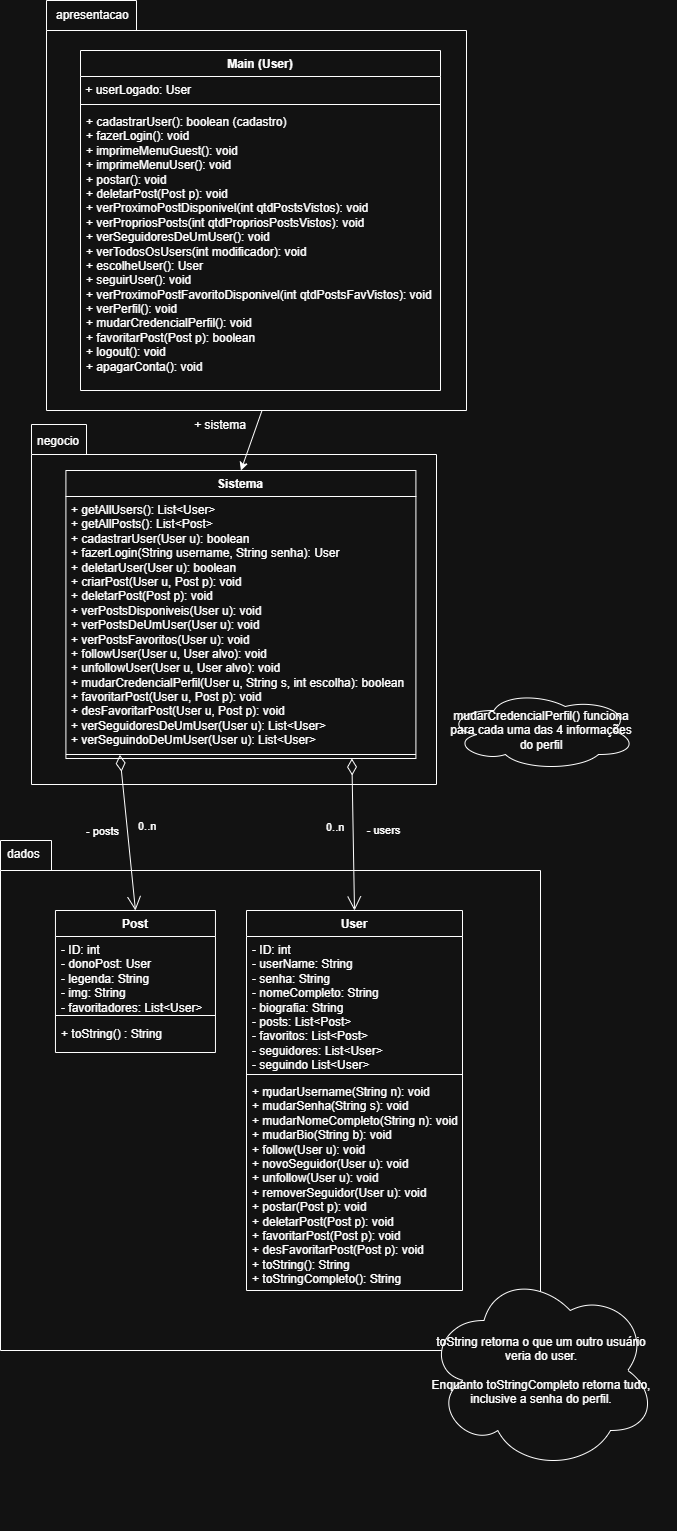
Earlier version of the draw.io export POO - Programação Orientada a Objetos/TrabalhoRedeSocialFotos/diagramaDoProjeto.png (LucianoKohler/BachareladoEmCienciaDaComputacao). Source tidied: cells renumbered, new cells last; positions are measured from the earlier drawing's top-left corner, leaving out a move shared by most shapes.
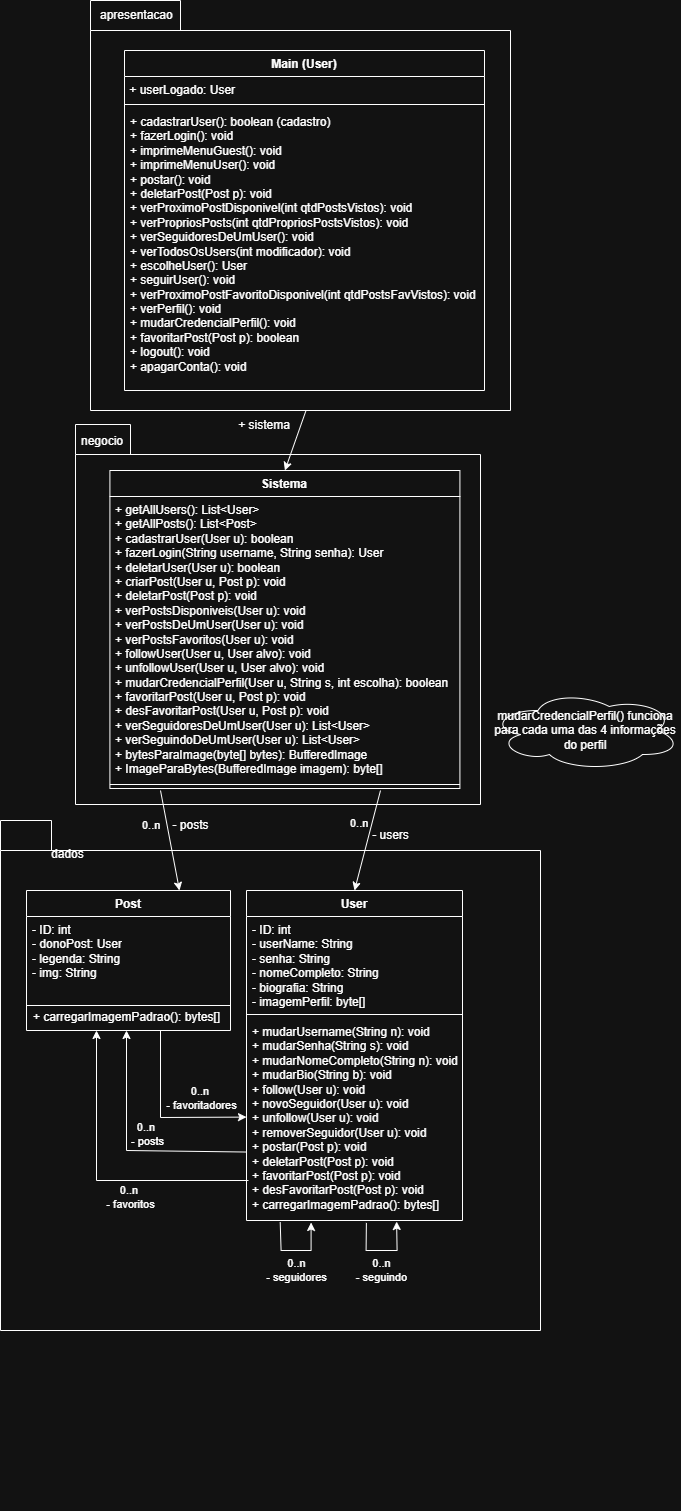
Later version of the same file.

Commit message:
atualizado o diagrama do projeto, removido importações e lógicas desnecessárias

What changed in the source:
```diff
@@ -3,74 +3,129 @@
     <mxCell id="0" />
     <mxCell id="1" parent="0" />
     <mxCell id="2" style="group;rounded=0;fillColor=none;" parent="1" vertex="1">
-      <mxGeometry x="90" y="840" width="586" height="690" as="geometry" />
+      <mxGeometry x="46" y="820" width="586" height="690" as="geometry" />
     </mxCell>
-    <mxCell id="3" value="'" style="shape=folder;fontStyle=1;spacingTop=10;tabWidth=46;tabHeight=30;tabPosition=left;html=1;whiteSpace=wrap;" parent="2" vertex="1">
+    <mxCell id="3" style="shape=folder;fontStyle=1;spacingTop=10;tabWidth=46;tabHeight=30;tabPosition=left;html=1;whiteSpace=wrap;" parent="2" vertex="1">
       <mxGeometry x="-90" width="540" height="510" as="geometry" />
     </mxCell>
     <mxCell id="4" value="Post" style="swimlane;fontStyle=1;align=center;verticalAlign=top;horizontal=1;startSize=26;whiteSpace=wrap;html=1;" parent="2" vertex="1">
-      <mxGeometry x="-35" y="70" width="160" height="142" as="geometry" />
+      <mxGeometry x="-64" y="70" width="204" height="140" as="geometry" />
     </mxCell>
-    <mxCell id="5" value="&lt;div&gt;- ID: int&lt;/div&gt;- donoPost: User&lt;div&gt;- legenda: String&lt;/div&gt;&lt;div&gt;- img: String&lt;/div&gt;&lt;div&gt;- favoritadores: List&amp;lt;User&amp;gt;&lt;/div&gt;" style="text;strokeColor=none;fillColor=none;align=left;verticalAlign=top;spacingLeft=4;spacingRight=4;overflow=hidden;whiteSpace=wrap;html=1;" parent="4" vertex="1">
-      <mxGeometry y="26" width="160" height="74" as="geometry" />
+    <mxCell id="5" value="&lt;div&gt;- ID: int&lt;/div&gt;- donoPost: User&lt;div&gt;- legenda: String&lt;/div&gt;&lt;div&gt;- img: String&lt;/div&gt;&lt;div&gt;&lt;br&gt;&lt;/div&gt;" style="text;strokeColor=none;fillColor=none;align=left;verticalAlign=top;spacingLeft=4;spacingRight=4;overflow=hidden;whiteSpace=wrap;html=1;" parent="4" vertex="1">
+      <mxGeometry y="26" width="204" height="64" as="geometry" />
     </mxCell>
     <mxCell id="6" style="line;strokeWidth=1;fillColor=none;align=left;verticalAlign=middle;spacingTop=-1;spacingLeft=3;spacingRight=3;labelPosition=right;strokeColor=inherit;" parent="4" vertex="1">
-      <mxGeometry y="100" width="160" height="10" as="geometry" />
+      <mxGeometry y="90" width="204" height="50" as="geometry" />
     </mxCell>
-    <mxCell id="7" value="&lt;div&gt;+ toString() : String&lt;/div&gt;" style="text;strokeColor=none;fillColor=none;align=left;verticalAlign=top;spacingLeft=4;spacingRight=4;overflow=hidden;whiteSpace=wrap;html=1;" parent="4" vertex="1">
-      <mxGeometry y="110" width="160" height="32" as="geometry" />
-    </mxCell>
+    <mxCell id="35" style="endArrow=classic;html=1;rounded=0;entryX=0;entryY=0.201;entryDx=0;entryDy=0;entryPerimeter=0;" parent="4" edge="1">
+      <mxGeometry relative="1" as="geometry">
+        <mxPoint x="134" y="140" as="sourcePoint" />
+        <mxPoint x="220" y="226.6" as="targetPoint" />
+        <Array as="points">
+          <mxPoint x="134" y="227" />
+        </Array>
+      </mxGeometry>
+    </mxCell>
     <mxCell id="8" value="User" style="swimlane;fontStyle=1;align=center;verticalAlign=top;horizontal=1;startSize=26;whiteSpace=wrap;html=1;" parent="2" vertex="1">
-      <mxGeometry x="156" y="70" width="216" height="380" as="geometry" />
+      <mxGeometry x="156" y="70" width="216" height="330" as="geometry" />
     </mxCell>
-    <mxCell id="9" value="&lt;div&gt;- ID: int&lt;/div&gt;- userName: String&lt;div&gt;- senha: String&lt;/div&gt;&lt;div&gt;- nomeCompleto: String&lt;/div&gt;&lt;div&gt;- biografia: String&lt;/div&gt;&lt;div&gt;- posts: List&amp;lt;Post&amp;gt;&lt;/div&gt;&lt;div&gt;- favoritos: List&amp;lt;Post&amp;gt;&lt;/div&gt;&lt;div&gt;- seguidores: List&amp;lt;User&amp;gt;&lt;/div&gt;&lt;div&gt;- seguindo List&amp;lt;User&amp;gt;&lt;/div&gt;" style="text;strokeColor=none;fillColor=none;align=left;verticalAlign=top;spacingLeft=4;spacingRight=4;overflow=hidden;whiteSpace=wrap;html=1;" parent="8" vertex="1">
-      <mxGeometry y="26" width="216" height="134" as="geometry" />
+    <mxCell id="9" value="&lt;div&gt;- ID: int&lt;/div&gt;- userName: String&lt;div&gt;- senha: String&lt;/div&gt;&lt;div&gt;- nomeCompleto: String&lt;/div&gt;&lt;div&gt;- biografia: String&lt;/div&gt;&lt;div&gt;- imagemPerfil:&amp;nbsp;&lt;span style=&quot;background-color: transparent; color: light-dark(rgb(0, 0, 0), rgb(255, 255, 255));&quot;&gt;byte[]&lt;/span&gt;&lt;/div&gt;" style="text;strokeColor=none;fillColor=none;align=left;verticalAlign=top;spacingLeft=4;spacingRight=4;overflow=hidden;whiteSpace=wrap;html=1;" parent="8" vertex="1">
+      <mxGeometry y="26" width="216" height="94" as="geometry" />
     </mxCell>
     <mxCell id="10" style="line;strokeWidth=1;fillColor=none;align=left;verticalAlign=middle;spacingTop=-1;spacingLeft=3;spacingRight=3;labelPosition=right;strokeColor=inherit;" parent="8" vertex="1">
-      <mxGeometry y="160" width="216" height="8" as="geometry" />
+      <mxGeometry y="120" width="216" height="8" as="geometry" />
     </mxCell>
-    <mxCell id="11" value="+ mudarUsername(String n): void&lt;br&gt;&lt;div&gt;&lt;div&gt;&lt;span style=&quot;background-color: transparent; color: light-dark(rgb(0, 0, 0), rgb(255, 255, 255));&quot;&gt;+ mudarSenha(String s): void&lt;/span&gt;&lt;/div&gt;&lt;div&gt;&lt;span style=&quot;background-color: transparent; color: light-dark(rgb(0, 0, 0), rgb(255, 255, 255));&quot;&gt;+ mudarNomeCompleto(String n): void&lt;/span&gt;&lt;/div&gt;&lt;div&gt;&lt;span style=&quot;background-color: transparent; color: light-dark(rgb(0, 0, 0), rgb(255, 255, 255));&quot;&gt;+ mudarBio(String b): void&lt;/span&gt;&lt;/div&gt;&lt;div&gt;&lt;/div&gt;&lt;div&gt;+ follow(User u): void&lt;/div&gt;&lt;div&gt;+ novoSeguidor(User u): void&lt;/div&gt;&lt;div&gt;+ unfollow(User u): void&lt;/div&gt;&lt;div&gt;+ removerSeguidor(User u): void&lt;/div&gt;&lt;div&gt;+ postar(Post p): void&lt;/div&gt;&lt;div&gt;+ deletarPost(Post p): void&lt;/div&gt;&lt;div&gt;&lt;span style=&quot;background-color: transparent; color: light-dark(rgb(0, 0, 0), rgb(255, 255, 255));&quot;&gt;+ favoritarPost(Post p): void&lt;/span&gt;&lt;/div&gt;&lt;div&gt;&lt;span style=&quot;background-color: transparent; color: light-dark(rgb(0, 0, 0), rgb(255, 255, 255));&quot;&gt;+ desFavoritarPost(Post p): void&lt;/span&gt;&lt;/div&gt;&lt;/div&gt;&lt;div&gt;&lt;span style=&quot;background-color: transparent; color: light-dark(rgb(0, 0, 0), rgb(255, 255, 255));&quot;&gt;+ toString(): String&lt;/span&gt;&lt;/div&gt;&lt;div&gt;&lt;span style=&quot;background-color: transparent; color: light-dark(rgb(0, 0, 0), rgb(255, 255, 255));&quot;&gt;+ toStringCompleto(): String&lt;/span&gt;&lt;/div&gt;" style="text;strokeColor=none;fillColor=none;align=left;verticalAlign=top;spacingLeft=4;spacingRight=4;overflow=hidden;points=[[0,0.5],[1,0.5]];portConstraint=eastwest;whiteSpace=wrap;html=1;" parent="8" vertex="1">
-      <mxGeometry y="168" width="216" height="212" as="geometry" />
+    <mxCell id="11" value="+ mudarUsername(String n): void&lt;br&gt;&lt;div&gt;&lt;div&gt;&lt;span style=&quot;background-color: transparent; color: light-dark(rgb(0, 0, 0), rgb(255, 255, 255));&quot;&gt;+ mudarSenha(String s): void&lt;/span&gt;&lt;/div&gt;&lt;div&gt;&lt;span style=&quot;background-color: transparent; color: light-dark(rgb(0, 0, 0), rgb(255, 255, 255));&quot;&gt;+ mudarNomeCompleto(String n): void&lt;/span&gt;&lt;/div&gt;&lt;div&gt;&lt;span style=&quot;background-color: transparent; color: light-dark(rgb(0, 0, 0), rgb(255, 255, 255));&quot;&gt;+ mudarBio(String b): void&lt;/span&gt;&lt;/div&gt;&lt;div&gt;&lt;/div&gt;&lt;div&gt;+ follow(User u): void&lt;/div&gt;&lt;div&gt;+ novoSeguidor(User u): void&lt;/div&gt;&lt;div&gt;+ unfollow(User u): void&lt;/div&gt;&lt;div&gt;+ removerSeguidor(User u): void&lt;/div&gt;&lt;div&gt;+ postar(Post p): void&lt;/div&gt;&lt;div&gt;+ deletarPost(Post p): void&lt;/div&gt;&lt;div&gt;&lt;span style=&quot;background-color: transparent; color: light-dark(rgb(0, 0, 0), rgb(255, 255, 255));&quot;&gt;+ favoritarPost(Post p): void&lt;/span&gt;&lt;/div&gt;&lt;div&gt;&lt;span style=&quot;background-color: transparent; color: light-dark(rgb(0, 0, 0), rgb(255, 255, 255));&quot;&gt;+ desFavoritarPost(Post p): void&lt;/span&gt;&lt;/div&gt;&lt;/div&gt;&lt;div&gt;&lt;span style=&quot;background-color: transparent; color: light-dark(rgb(0, 0, 0), rgb(255, 255, 255));&quot;&gt;+ carregarImagemPadrao(): bytes[]&lt;/span&gt;&lt;/div&gt;&lt;div&gt;&lt;br&gt;&lt;/div&gt;" style="text;strokeColor=none;fillColor=none;align=left;verticalAlign=top;spacingLeft=4;spacingRight=4;overflow=hidden;points=[[0,0.5],[1,0.5]];portConstraint=eastwest;whiteSpace=wrap;html=1;" parent="8" vertex="1">
+      <mxGeometry y="128" width="216" height="202" as="geometry" />
     </mxCell>
-    <mxCell id="12" value="toString retorna o que um outro usuário veria do user.&lt;div&gt;&lt;br&gt;&lt;/div&gt;&lt;div&gt;Enquanto toStringCompleto retorna tudo, inclusive a senha do perfil.&lt;/div&gt;" style="ellipse;shape=cloud;whiteSpace=wrap;html=1;" parent="2" vertex="1">
-      <mxGeometry x="336" y="430" width="230" height="200" as="geometry" />
-    </mxCell>
+    <mxCell id="36" style="endArrow=classic;html=1;rounded=0;exitX=0.156;exitY=1.009;exitDx=0;exitDy=0;exitPerimeter=0;" parent="8" edge="1" source="11">
+      <mxGeometry relative="1" as="geometry">
+        <mxPoint x="64.6" y="332" as="targetPoint" />
+        <Array as="points">
+          <mxPoint x="34.6" y="360" />
+          <mxPoint x="64.6" y="360" />
+        </Array>
+      </mxGeometry>
+    </mxCell>
+    <mxCell id="37" style="endArrow=classic;html=1;rounded=0;exitX=0.555;exitY=1.012;exitDx=0;exitDy=0;exitPerimeter=0;entryX=0.695;entryY=1.005;entryDx=0;entryDy=0;entryPerimeter=0;" parent="8" edge="1" source="11" target="11">
+      <mxGeometry relative="1" as="geometry">
+        <Array as="points">
+          <mxPoint x="119.6" y="360" />
+          <mxPoint x="150.6" y="360" />
+        </Array>
+      </mxGeometry>
+    </mxCell>
+    <mxCell id="38" style="endArrow=classic;html=1;rounded=0;exitX=-0.004;exitY=0.661;exitDx=0;exitDy=0;exitPerimeter=0;" parent="2" edge="1" source="11">
+      <mxGeometry relative="1" as="geometry">
+        <mxPoint x="36" y="210" as="targetPoint" />
+        <Array as="points">
+          <mxPoint x="36" y="330" />
+        </Array>
+      </mxGeometry>
+    </mxCell>
+    <mxCell id="39" style="endArrow=classic;html=1;rounded=0;" parent="2" edge="1">
+      <mxGeometry relative="1" as="geometry">
+        <mxPoint x="158" y="360" as="sourcePoint" />
+        <mxPoint x="6" y="210" as="targetPoint" />
+        <Array as="points">
+          <mxPoint x="6" y="360" />
+        </Array>
+      </mxGeometry>
+    </mxCell>
+    <mxCell id="40" value="0..n&amp;nbsp;&lt;div&gt;- favoritadores&lt;/div&gt;" style="text;html=1;align=center;verticalAlign=middle;strokeColor=none;fillColor=none;fontSize=11;" parent="2" vertex="1">
+      <mxGeometry x="66" y="258" width="90" height="40" as="geometry" />
+    </mxCell>
+    <mxCell id="41" value="0..n&amp;nbsp;&lt;div&gt;- posts&lt;/div&gt;" style="text;html=1;align=center;verticalAlign=middle;strokeColor=none;fillColor=none;fontSize=11;" parent="2" vertex="1">
+      <mxGeometry x="26.6" y="294" width="60" height="40" as="geometry" />
+    </mxCell>
+    <mxCell id="42" value="0..n&amp;nbsp;&lt;div&gt;- favoritos&lt;/div&gt;" style="text;html=1;align=center;verticalAlign=middle;strokeColor=none;fillColor=none;fontSize=11;" parent="2" vertex="1">
+      <mxGeometry x="5" y="357" width="70" height="40" as="geometry" />
+    </mxCell>
+    <mxCell id="43" value="0..n&lt;div&gt;- seguidores&lt;/div&gt;" style="text;html=1;align=center;verticalAlign=middle;strokeColor=none;fillColor=none;fontSize=11;" parent="2" vertex="1">
+      <mxGeometry x="166" y="430" width="80" height="40" as="geometry" />
+    </mxCell>
+    <mxCell id="44" value="0..n&lt;div&gt;- seguindo&lt;/div&gt;" style="text;html=1;align=center;verticalAlign=middle;strokeColor=none;fillColor=none;fontSize=11;" parent="2" vertex="1">
+      <mxGeometry x="256" y="430" width="70" height="40" as="geometry" />
+    </mxCell>
+    <mxCell id="45" value="&lt;div style=&quot;forced-color-adjust: none; box-shadow: none !important;&quot;&gt;&lt;span style=&quot;forced-color-adjust: none; box-shadow: none !important; background-color: transparent; color: light-dark(rgb(0, 0, 0), rgb(255, 255, 255));&quot;&gt;+ carregarImagemPadrao(): bytes[]&lt;/span&gt;&lt;/div&gt;&lt;div style=&quot;forced-color-adjust: none; box-shadow: none !important;&quot;&gt;&lt;br style=&quot;forced-color-adjust: none; box-shadow: none !important; color: rgb(255, 255, 255); font-family: Helvetica; font-size: 12px; font-style: normal; font-variant-ligatures: normal; font-variant-caps: normal; font-weight: 400; letter-spacing: normal; orphans: 2; text-align: left; text-indent: 0px; text-transform: none; widows: 2; word-spacing: 0px; -webkit-text-stroke-width: 0px; white-space: normal; background-color: rgb(27, 29, 30); text-decoration-thickness: initial; text-decoration-style: initial; text-decoration-color: initial;&quot;&gt;&#10;&#10;&lt;/div&gt;" style="text;whiteSpace=wrap;html=1;" parent="2" vertex="1">
+      <mxGeometry x="-59" y="183" width="220" height="7" as="geometry" />
+    </mxCell>
     <mxCell id="13" style="group;" parent="1" vertex="1">
-      <mxGeometry x="76" y="604" width="360" height="230" as="geometry" />
+      <mxGeometry x="76" y="604" width="360" height="256" as="geometry" />
     </mxCell>
     <mxCell id="14" style="shape=folder;fontStyle=1;spacingTop=10;tabWidth=55;tabHeight=30;tabPosition=left;html=1;whiteSpace=wrap;" parent="13" vertex="1">
-      <mxGeometry x="-45" y="-180" width="405" height="360" as="geometry" />
+      <mxGeometry x="-45" y="-180" width="405" height="380" as="geometry" />
     </mxCell>
     <mxCell id="15" value="0..n" style="edgeLabel;html=1;align=left;verticalAlign=top;" parent="13" vertex="1">
       <mxGeometry x="30" y="176" as="geometry">
-        <mxPoint x="30" y="33" as="offset" />
+        <mxPoint x="-10" y="32" as="offset" />
       </mxGeometry>
     </mxCell>
     <mxCell id="16" value="negocio" style="text;whiteSpace=wrap;html=1;" parent="13" vertex="1">
       <mxGeometry x="-41" y="-177" width="50" height="40" as="geometry" />
     </mxCell>
     <mxCell id="17" value="0..n" style="edgeLabel;html=1;align=left;verticalAlign=top;" parent="13" vertex="1">
-      <mxGeometry x="280" y="180" as="geometry">
-        <mxPoint x="-32" y="30" as="offset" />
+      <mxGeometry x="270" y="166" as="geometry">
+        <mxPoint x="-42" y="40" as="offset" />
       </mxGeometry>
     </mxCell>
+    <mxCell id="20" value="- users" style="text;html=1;align=center;verticalAlign=middle;strokeColor=none;fillColor=none;" parent="13" vertex="1">
+      <mxGeometry x="240" y="216" width="60" height="30" as="geometry" />
+    </mxCell>
+    <mxCell id="19" value="- posts" style="text;html=1;align=center;verticalAlign=middle;strokeColor=none;fillColor=none;" parent="13" vertex="1">
+      <mxGeometry x="40" y="206" width="60" height="30" as="geometry" />
+    </mxCell>
     <mxCell id="18" value="dados" style="text;whiteSpace=wrap;html=1;" parent="1" vertex="1">
       <mxGeometry x="5" y="840" width="89" height="40" as="geometry" />
     </mxCell>
-    <mxCell id="19" value="- posts" style="endArrow=open;html=1;endSize=12;startArrow=diamondThin;startSize=14;startFill=0;rounded=0;entryX=0.5;entryY=0;entryDx=0;entryDy=0;exitX=0.154;exitY=0.546;exitDx=0;exitDy=0;exitPerimeter=0;" parent="1" edge="1" source="23" target="4">
-      <mxGeometry x="-0.05" y="-25" relative="1" as="geometry" />
-    </mxCell>
-    <mxCell id="20" value="- users" style="endArrow=open;html=1;endSize=12;startArrow=diamondThin;startSize=14;startFill=0;rounded=0;exitX=0.817;exitY=1;exitDx=0;exitDy=0;entryX=0.5;entryY=0;entryDx=0;entryDy=0;exitPerimeter=0;" parent="1" edge="1" source="23" target="8">
-      <mxGeometry x="-0.03" y="30" relative="1" as="geometry" />
-    </mxCell>
     <mxCell id="21" value="Sistema&lt;div&gt;&lt;br&gt;&lt;/div&gt;" style="swimlane;fontStyle=1;align=center;verticalAlign=top;horizontal=1;startSize=26;whiteSpace=wrap;html=1;" parent="1" vertex="1">
-      <mxGeometry x="65.4" y="470" width="350" height="288" as="geometry" />
+      <mxGeometry x="65.4" y="470" width="350" height="318" as="geometry" />
     </mxCell>
-    <mxCell id="22" value="&lt;div&gt;+ getAllUsers(): List&amp;lt;User&amp;gt;&lt;/div&gt;&lt;div&gt;+ getAllPosts(): List&amp;lt;Post&amp;gt;&lt;br&gt;&lt;/div&gt;+ cadastrarUser(User u): boolean&lt;div&gt;+ fazerLogin(String username, String senha): User&lt;br&gt;&lt;div&gt;+ deletarUser(User u): boolean&lt;br&gt;&lt;div&gt;+ criarPost(User u, Post p): void&lt;/div&gt;&lt;div&gt;+ deletarPost(Post p): void&lt;/div&gt;&lt;div&gt;+ verPostsDisponiveis(User u): void&lt;/div&gt;&lt;div&gt;+ verPostsDeUmUser(User u): void&lt;/div&gt;&lt;div&gt;+ verPostsFavoritos(User u): void&lt;/div&gt;&lt;div&gt;&lt;div&gt;+ followUser(User u, User alvo): void&lt;/div&gt;&lt;div&gt;+ unfollowUser(User u, User alvo): void&lt;/div&gt;&lt;div&gt;+ mudarCredencialPerfil(User u, String s, int escolha): boolean&lt;/div&gt;&lt;/div&gt;&lt;div&gt;+ favoritarPost(User u, Post p): void&lt;/div&gt;&lt;div&gt;+ desFavoritarPost(User u, Post p): void&lt;/div&gt;&lt;div&gt;+ verSeguidoresDeUmUser(User u): List&amp;lt;User&amp;gt;&lt;/div&gt;&lt;div&gt;+ verSeguindoDeUmUser(User u): List&amp;lt;User&amp;gt;&lt;/div&gt;&lt;/div&gt;&lt;/div&gt;" style="text;strokeColor=none;fillColor=none;align=left;verticalAlign=top;spacingLeft=4;spacingRight=4;overflow=hidden;whiteSpace=wrap;html=1;" parent="21" vertex="1">
-      <mxGeometry y="26" width="350" height="254" as="geometry" />
+    <mxCell id="22" value="&lt;div&gt;+ getAllUsers(): List&amp;lt;User&amp;gt;&lt;/div&gt;&lt;div&gt;+ getAllPosts(): List&amp;lt;Post&amp;gt;&lt;br&gt;&lt;/div&gt;+ cadastrarUser(User u): boolean&lt;div&gt;+ fazerLogin(String username, String senha): User&lt;br&gt;&lt;div&gt;+ deletarUser(User u): boolean&lt;br&gt;&lt;div&gt;+ criarPost(User u, Post p): void&lt;/div&gt;&lt;div&gt;+ deletarPost(Post p): void&lt;/div&gt;&lt;div&gt;+ verPostsDisponiveis(User u): void&lt;/div&gt;&lt;div&gt;+ verPostsDeUmUser(User u): void&lt;/div&gt;&lt;div&gt;+ verPostsFavoritos(User u): void&lt;/div&gt;&lt;div&gt;&lt;div&gt;+ followUser(User u, User alvo): void&lt;/div&gt;&lt;div&gt;+ unfollowUser(User u, User alvo): void&lt;/div&gt;&lt;div&gt;+ mudarCredencialPerfil(User u, String s, int escolha): boolean&lt;/div&gt;&lt;/div&gt;&lt;div&gt;+ favoritarPost(User u, Post p): void&lt;/div&gt;&lt;div&gt;+ desFavoritarPost(User u, Post p): void&lt;/div&gt;&lt;div&gt;+ verSeguidoresDeUmUser(User u): List&amp;lt;User&amp;gt;&lt;/div&gt;&lt;div&gt;+ verSeguindoDeUmUser(User u): List&amp;lt;User&amp;gt;&lt;/div&gt;&lt;/div&gt;&lt;/div&gt;&lt;div&gt;+ bytesParaImage(byte[] bytes): BufferedImage&lt;/div&gt;&lt;div&gt;+ ImageParaBytes(BufferedImage imagem): byte[]&lt;/div&gt;" style="text;strokeColor=none;fillColor=none;align=left;verticalAlign=top;spacingLeft=4;spacingRight=4;overflow=hidden;whiteSpace=wrap;html=1;" parent="21" vertex="1">
+      <mxGeometry y="26" width="350" height="284" as="geometry" />
     </mxCell>
     <mxCell id="23" style="line;strokeWidth=1;fillColor=none;align=left;verticalAlign=middle;spacingTop=-1;spacingLeft=3;spacingRight=3;labelPosition=right;points=[];portConstraint=eastwest;strokeColor=inherit;" parent="21" vertex="1">
-      <mxGeometry y="280" width="350" height="8" as="geometry" />
+      <mxGeometry y="310" width="350" height="8" as="geometry" />
     </mxCell>
     <mxCell id="24" value="mudarCredencialPerfil() funciona para cada uma das 4 informações do perfil" style="ellipse;shape=cloud;whiteSpace=wrap;html=1;" parent="1" vertex="1">
       <mxGeometry x="446" y="690" width="190" height="80" as="geometry" />
@@ -105,5 +160,15 @@
     <mxCell id="34" value="apresentacao" style="text;whiteSpace=wrap;html=1;" parent="33" vertex="1">
       <mxGeometry x="3.4" width="34.3" height="5.5" as="geometry" />
     </mxCell>
+    <mxCell id="46" style="endArrow=classic;html=1;rounded=0;entryX=0.5;entryY=0;entryDx=0;entryDy=0;" parent="1" edge="1" target="8">
+      <mxGeometry relative="1" as="geometry">
+        <mxPoint x="336" y="790" as="sourcePoint" />
+      </mxGeometry>
+    </mxCell>
+    <mxCell id="47" style="endArrow=classic;html=1;rounded=0;entryX=0.75;entryY=0;entryDx=0;entryDy=0;" parent="1" edge="1" target="4">
+      <mxGeometry relative="1" as="geometry">
+        <mxPoint x="116" y="790" as="sourcePoint" />
+      </mxGeometry>
+    </mxCell>
   </root>
 </mxGraphModel>
```
